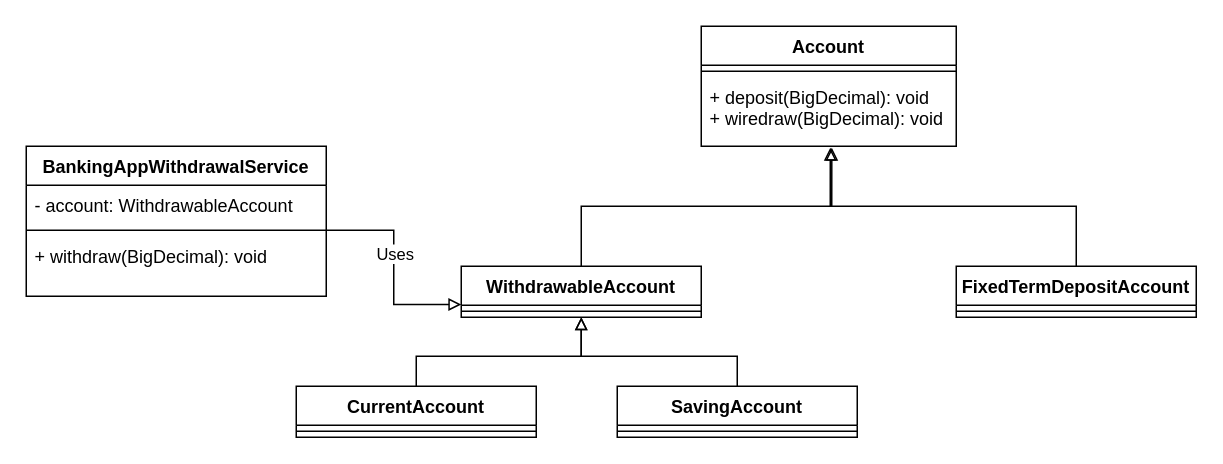
The draw.io diagram page "LSP - after" (7 of 7) of diagrams/solid-diagrams.drawio in mauriciogeneroso/solid-principles, before the edit. Source tidied: cells renumbered, new cells numbered last; positions are measured from the earlier drawing's top-left corner, leaving out a move shared by most shapes. Both pictures are drawn from the tidied source at 150%, with x=0, y=0 at pixel (26, 26).
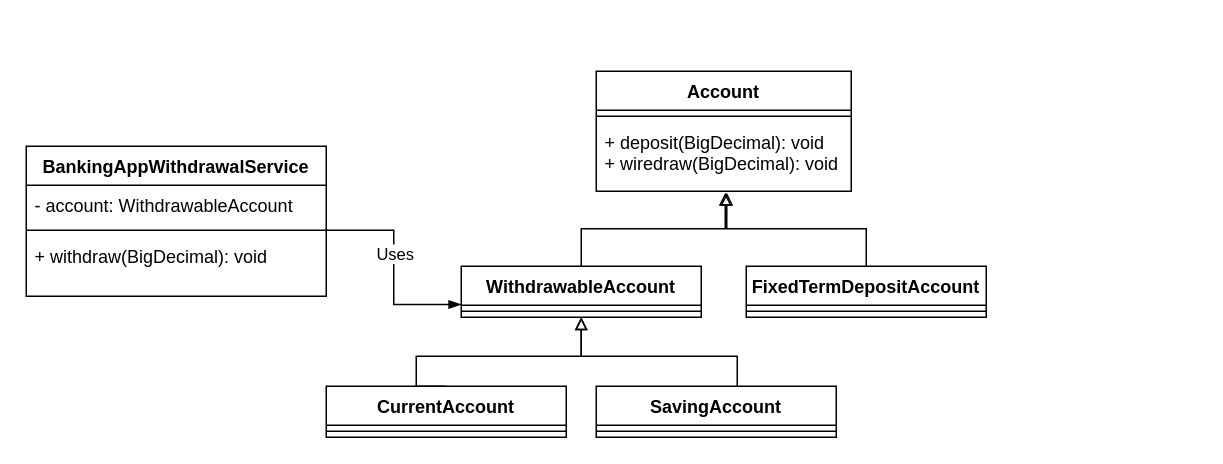
The same page after the edit.

Unchanged cells that the change refers to:
```xml
<mxCell id="6" value="WithdrawableAccount" style="swimlane;fontStyle=1;align=center;verticalAlign=top;horizontal=1;startSize=26;" parent="1" vertex="1">
  <mxGeometry x="290" y="160" width="160" height="34" as="geometry" />
</mxCell>
<mxCell id="13" style="line;strokeWidth=1;fillColor=none;align=left;verticalAlign=middle;spacingTop=-1;spacingLeft=3;spacingRight=3;labelPosition=right;points=[];portConstraint=eastwest;" parent="11" vertex="1">
  <mxGeometry y="52" width="200" height="8" as="geometry" />
</mxCell>
```

The edit, as a diff of the source:
```diff
@@
     <mxCell id="2" value="Account" style="swimlane;fontStyle=1;align=center;verticalAlign=top;horizontal=1;startSize=26;" parent="1" vertex="1">
-      <mxGeometry x="450" width="170" height="80" as="geometry" />
+      <mxGeometry x="380" y="30" width="170" height="80" as="geometry" />
     </mxCell>
@@
     <mxCell id="9" value="FixedTermDepositAccount" style="swimlane;fontStyle=1;align=center;verticalAlign=top;horizontal=1;startSize=26;" parent="1" vertex="1">
-      <mxGeometry x="620" y="160" width="160" height="34" as="geometry" />
+      <mxGeometry x="480" y="160" width="160" height="34" as="geometry" />
     </mxCell>
@@
-    <mxCell id="15" style="edgeStyle=orthogonalEdgeStyle;rounded=0;jettySize=auto;html=1;entryX=0;entryY=0.75;entryDx=0;entryDy=0;endArrow=block;endFill=0;strokeColor=default;" parent="1" edge="1" source="13" target="6">
+    <mxCell id="15" style="edgeStyle=orthogonalEdgeStyle;rounded=0;jettySize=auto;html=1;entryX=0;entryY=0.75;entryDx=0;entryDy=0;endArrow=blockThin;endFill=1;strokeColor=default;" parent="1" edge="1" source="13" target="6">
       <mxGeometry relative="1" as="geometry" />
     </mxCell>
@@
     <mxCell id="18" value="CurrentAccount" style="swimlane;fontStyle=1;align=center;verticalAlign=top;horizontal=1;startSize=26;" parent="1" vertex="1">
-      <mxGeometry x="180" y="240" width="160" height="34" as="geometry" />
+      <mxGeometry x="200" y="240" width="160" height="34" as="geometry" />
     </mxCell>
@@
     <mxCell id="21" value="SavingAccount" style="swimlane;fontStyle=1;align=center;verticalAlign=top;horizontal=1;startSize=26;" parent="1" vertex="1">
-      <mxGeometry x="394" y="240" width="160" height="34" as="geometry" />
+      <mxGeometry x="380" y="240" width="160" height="34" as="geometry" />
     </mxCell>
```
